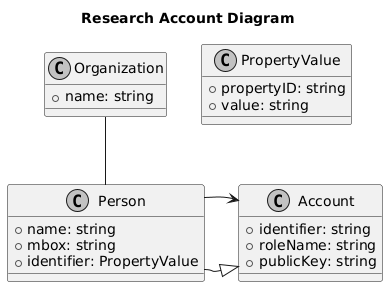
The PlantUML diagram out/diagrams/plantUML/account/account.png in OliveiraEdu/d-OSP, before a commit. Its diagram source:
```plantuml
@startuml
title Research Account Diagram
skinparam monochrome true

class Person {
  + name: string
  + mbox: string
  + identifier: PropertyValue
}

class Organization {
  + name: string
}

class PropertyValue {
  + propertyID: string
  + value: string
}

class Account {
  + identifier: string
  + roleName: string
  + publicKey: string
}

Person --|> Account

Organization -- Person

Person -right-> Account
@enduml
```
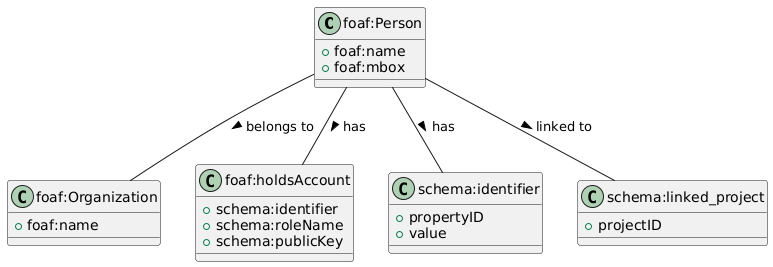
After the commit.

Diff of the diagram source:
```diff
@@ -1,31 +1,31 @@
 @startuml
-title Research Account Diagram
-skinparam monochrome true
-
-class Person {
-  + name: string
-  + mbox: string
-  + identifier: PropertyValue
+class "foaf:Person" {
+    + foaf:name
+    + foaf:mbox
 }
 
-class Organization {
-  + name: string
+class "foaf:Organization" {
+    + foaf:name
 }
 
-class PropertyValue {
-  + propertyID: string
-  + value: string
+class "foaf:holdsAccount" {
+    + schema:identifier
+    + schema:roleName
+    + schema:publicKey
 }
 
-class Account {
-  + identifier: string
-  + roleName: string
-  + publicKey: string
+class "schema:identifier" {
+    + propertyID
+    + value
 }
 
-Person --|> Account
+class "schema:linked_project" {
+    + projectID
+}
 
-Organization -- Person
+"foaf:Person" -- "foaf:Organization" : belongs to >
+"foaf:Person" -- "foaf:holdsAccount" : has >
+"foaf:Person" -- "schema:identifier" : has >
 
-Person -right-> Account
+"foaf:Person" -- "schema:linked_project" : linked to >
 @enduml
```
